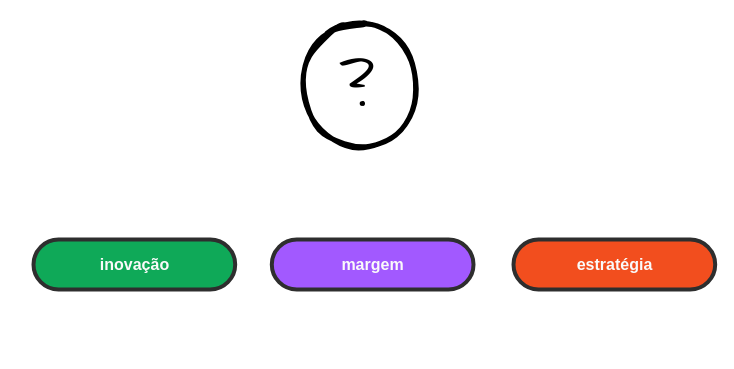
Earlier version of the draw.io diagram page "index" (1 of 15) of src/init.drawio (pegandoasmanhas/.init). Source tidied: cells renumbered, new cells numbered last; positions are measured from the earlier drawing's top-left corner, leaving out a move shared by most shapes. Both pictures are drawn from the tidied source at 100%, with x=0, y=0 at pixel (33, 25).
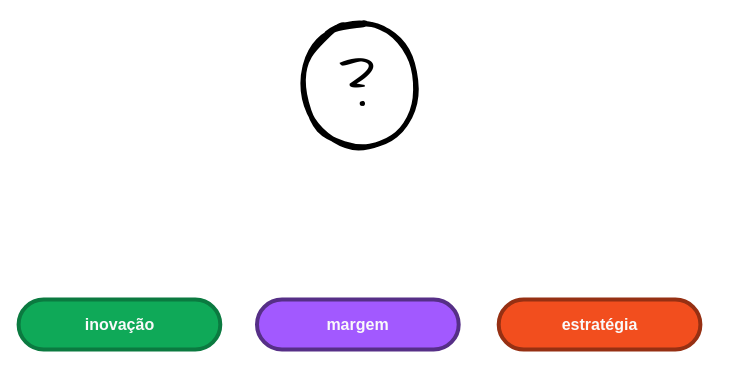
The same diagram, later.

Change to the diagram source:
```diff
@@
 <mxGraphModel>
   <root>
     <mxCell id="0" />
     <mxCell id="1" parent="0" />
     <mxCell id="2" value="&lt;font style=&quot;font-size: 70px&quot;&gt;?&lt;/font&gt;" style="ellipse;whiteSpace=wrap;html=1;sketch=1;fontFamily=Comic Sans MS;fontSize=60;strokeWidth=5;fillStyle=solid;spacing=20;spacingLeft=10;spacingBottom=10;spacingRight=10;spacingTop=10;perimeterSpacing=60;rotation=354;shadow=0;" parent="1" vertex="1">
       <mxGeometry x="266" width="120" height="120" as="geometry" />
     </mxCell>
-    <mxCell id="3" value="margem" style="html=1;whitespace=wrap;shape=mxgraph.dfd.start;strokeWidth=4;sketch=0;shadow=0;strokeColor=#2E2E2E;fontSize=16;fontStyle=1;fillColor=#A259FF;fontColor=#FAFAFA;" parent="1" vertex="1">
-      <mxGeometry x="238.3" y="214" width="201.7" height="50" as="geometry" />
+    <mxCell id="3" value="margem" style="html=1;whitespace=wrap;shape=mxgraph.dfd.start;strokeWidth=4;sketch=0;shadow=0;fontSize=16;fontStyle=1;fillColor=#A259FF;fontColor=#FAFAFA;strokeColor=#562F87;" parent="1" vertex="1">
+      <mxGeometry x="223.5" y="274" width="201.7" height="50" as="geometry" />
     </mxCell>
-    <mxCell id="4" value="inovação" style="html=1;whitespace=wrap;shape=mxgraph.dfd.start;strokeWidth=4;sketch=0;shadow=0;strokeColor=#2E2E2E;fontSize=16;fontStyle=1;fontColor=#FAFAFA;fillColor=#0FA958;" parent="1" vertex="1">
-      <mxGeometry y="214" width="201.7" height="50" as="geometry" />
+    <mxCell id="4" value="inovação" style="html=1;whitespace=wrap;shape=mxgraph.dfd.start;strokeWidth=4;sketch=0;shadow=0;fontSize=16;fontStyle=1;fontColor=#FAFAFA;fillColor=#0FA958;strokeColor=#0B7A40;" parent="1" vertex="1">
+      <mxGeometry x="-14.9" y="274" width="201.7" height="50" as="geometry" />
     </mxCell>
-    <mxCell id="5" value="estratégia" style="html=1;whitespace=wrap;shape=mxgraph.dfd.start;strokeWidth=4;sketch=0;shadow=0;strokeColor=#2E2E2E;fontSize=16;fontStyle=1;fontColor=#FAFAFA;fillColor=#F24E1E;" parent="1" vertex="1">
-      <mxGeometry x="480" y="214" width="201.7" height="50" as="geometry" />
+    <mxCell id="5" value="estratégia" style="html=1;whitespace=wrap;shape=mxgraph.dfd.start;strokeWidth=4;sketch=0;shadow=0;fontSize=16;fontStyle=1;fontColor=#FAFAFA;fillColor=#F24E1E;strokeColor=#963013;" parent="1" vertex="1">
+      <mxGeometry x="465.2" y="274" width="201.7" height="50" as="geometry" />
     </mxCell>
   </root>
 </mxGraphModel>
```
